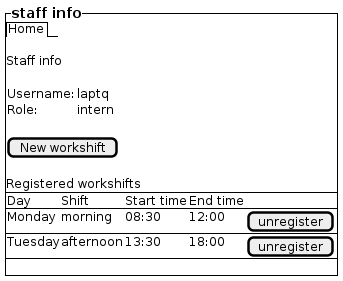
This is docs/UML/Prototype/staff-info.png from LapTQ/MCT, a PlantUML export, as it was before one commit. Source of this version:
```plantuml
@startsalt

{^==staff info
    {/ Home }

    .
    Staff info
    .
    {
        Username: | laptq
        Role: | intern
    }
    .
    [New workshift]
    .
    Registered workshifts
    {-
        Day | Shift | Start time | End time | .
        Monday | morning | 08:30 | 12:00 | [unregister]
        Tuesday | afternoon | 13:30 | 18:00 | [unregister]
    }
    .
}

@endsalt
```
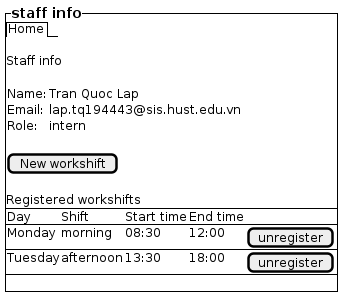
After the change.

Diff of the diagram source:
```diff
@@ -7,7 +7,8 @@
     Staff info
     .
     {
-        Username: | laptq
+        Name: | Tran Quoc Lap
+        Email: | lap.tq194443@sis.hust.edu.vn
         Role: | intern
     }
     .
```
